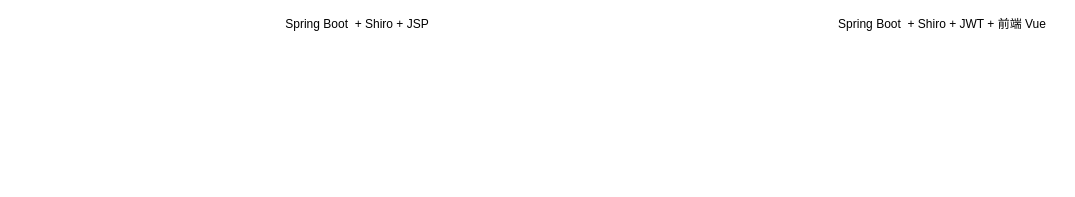
mayating/drawio-files keeps this draw.io diagram as t1.drawio. Above is the earlier version. Source tidied: cells renumbered, new cells numbered last; positions are measured from the earlier drawing's top-left corner, leaving out a move shared by most shapes. Both pictures are drawn from the tidied source at 100%, with x=0, y=0 at pixel (267, 19).
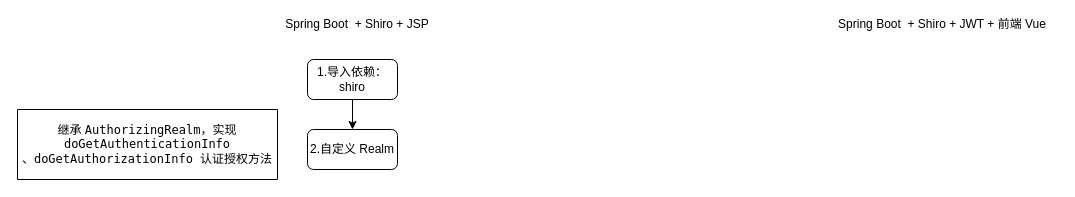
Above is the later version.

Diff of the diagram source:
```diff
@@
 <mxGraphModel>
   <root>
     <mxCell id="0" />
     <mxCell id="1" parent="0" />
     <mxCell id="2" value="Spring Boot&amp;nbsp; + Shiro + JSP" style="text;html=1;strokeColor=none;fillColor=none;align=center;verticalAlign=middle;whiteSpace=wrap;rounded=0;" parent="1" vertex="1">
       <mxGeometry width="180" height="10" as="geometry" />
     </mxCell>
     <mxCell id="3" value="Spring Boot&amp;nbsp; + Shiro + JWT + 前端 Vue" style="text;html=1;strokeColor=none;fillColor=none;align=center;verticalAlign=middle;whiteSpace=wrap;rounded=0;" parent="1" vertex="1">
       <mxGeometry x="560" width="230" height="10" as="geometry" />
     </mxCell>
+    <mxCell id="4" style="edgeStyle=orthogonalEdgeStyle;rounded=0;jettySize=auto;html=1;" parent="1" edge="1" source="5" target="6">
+      <mxGeometry relative="1" as="geometry" />
+    </mxCell>
+    <mxCell id="5" value="1.导入依赖：shiro" style="rounded=1;whiteSpace=wrap;html=1;" parent="1" vertex="1">
+      <mxGeometry x="40" y="40" width="90" height="40" as="geometry" />
+    </mxCell>
+    <mxCell id="6" value="2.自定义 Realm" style="rounded=1;whiteSpace=wrap;html=1;" parent="1" vertex="1">
+      <mxGeometry x="40" y="110" width="90" height="40" as="geometry" />
+    </mxCell>
+    <mxCell id="7" value="继承&amp;nbsp;&lt;span style=&quot;background-color: rgb(255 , 255 , 255) ; font-family: &amp;#34;menlo&amp;#34; ; font-size: 9pt&quot;&gt;AuthorizingRealm，实现&lt;/span&gt;&lt;span style=&quot;font-family: &amp;#34;menlo&amp;#34; ; background-color: rgb(255 , 255 , 255)&quot;&gt;doGetAuthenticationInfo&lt;/span&gt;&lt;span style=&quot;background-color: rgb(255 , 255 , 255) ; font-family: &amp;#34;menlo&amp;#34; ; font-size: 9pt&quot;&gt;&lt;br&gt;、&lt;/span&gt;&lt;span style=&quot;background-color: rgb(255 , 255 , 255) ; font-family: &amp;#34;menlo&amp;#34; ; font-size: 9pt&quot;&gt;doGetAuthorizationInfo 认证授权方法&lt;/span&gt;" style="shape=note;whiteSpace=wrap;html=1;backgroundOutline=1;darkOpacity=0.05;size=0;" parent="1" vertex="1">
+      <mxGeometry x="-250" y="90" width="260" height="70" as="geometry" />
+    </mxCell>
   </root>
 </mxGraphModel>
```
